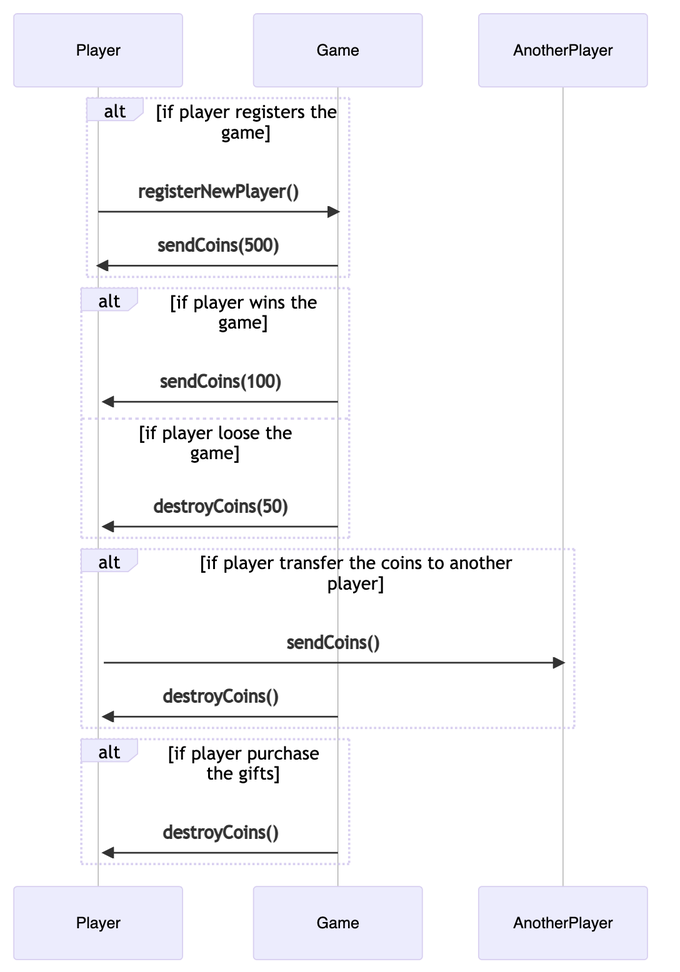
Above: 003-ft/clarinet-projects/NailaNawaz/diagrams/sequence-diagram.png in tintash/clarity-projects (Mermaid), before the change. Its source is kept beside it as 003-ft/clarinet-projects/NailaNawaz/diagrams/sequence-diagram.mmd. The source it was exported from:
```mermaid
sequenceDiagram
    alt if player registers the game
    Player->>Game: registerNewPlayer()
    Game->>+Player: sendCoins(500)
    end
    alt if player wins the game
    Game->>Player:sendCoins(100)
    else if player loose the game
    Game->>Player:destroyCoins(50)
    end
    alt if player transfer the coins to another player
    Player->>AnotherPlayer: sendCoins()
    Game->>Player: destroyCoins()
    end
    alt if player purchase the gifts
    Game->>Player:destroyCoins()
    end
```
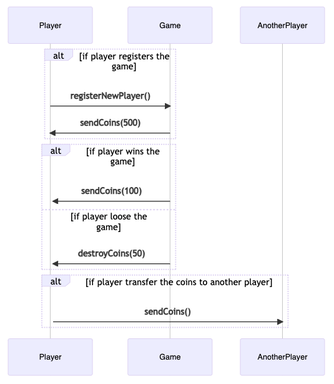
The same file after the commit.

Commit message:
read-me ad sequence diagram updated

What changed in the source:
```diff
@@ -1,17 +1,25 @@
 sequenceDiagram
+
     alt if player registers the game
+
     Player->>Game: registerNewPlayer()
+
     Game->>+Player: sendCoins(500)
+
     end
+
     alt if player wins the game
+
     Game->>Player:sendCoins(100)
+
     else if player loose the game
+
     Game->>Player:destroyCoins(50)
+
     end
+
     alt if player transfer the coins to another player
+
     Player->>AnotherPlayer: sendCoins()
-    Game->>Player: destroyCoins()
+
     end
-    alt if player purchase the gifts
-    Game->>Player:destroyCoins()
-    end
```
